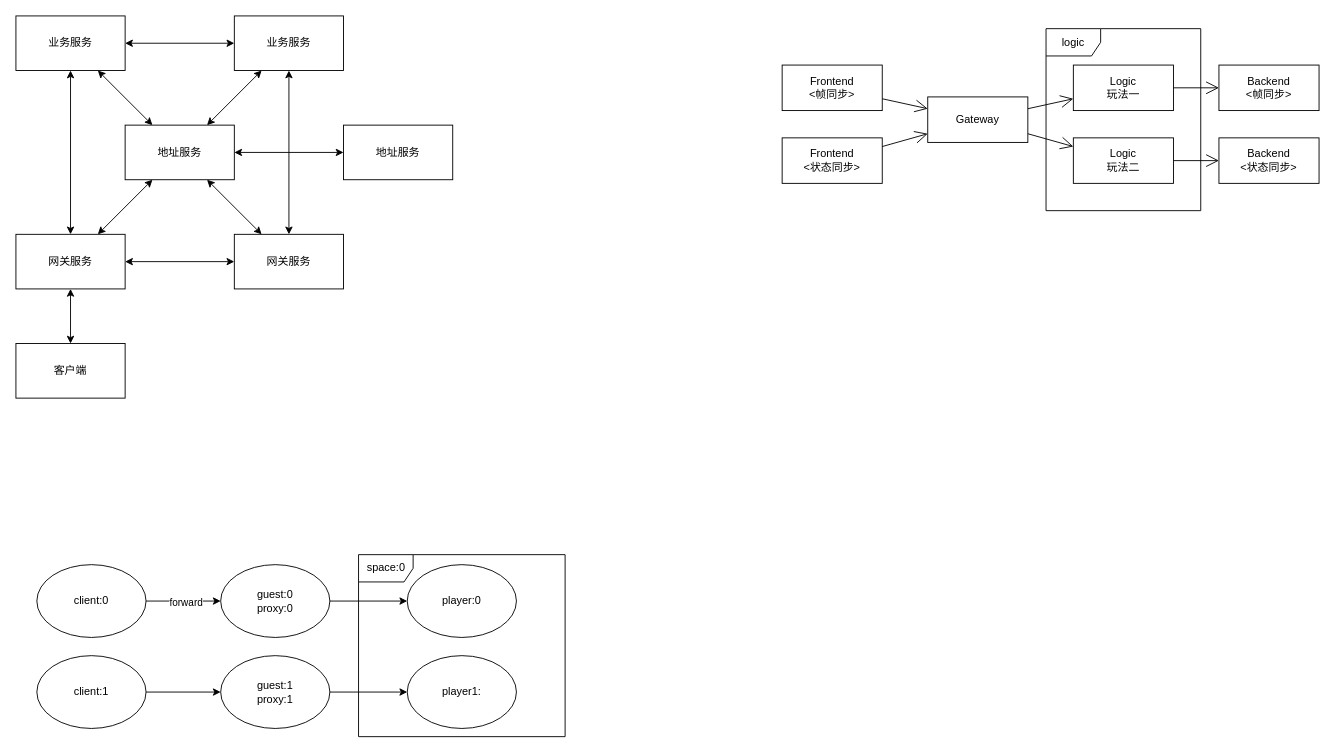
This is page "结点部署" (2 of 4) of Document/OpenMS.drawio from ChivenZhang/OpenMS, a draw.io file, before an edit. Source tidied: cells renumbered, new cells numbered last; positions are measured from the earlier drawing's top-left corner, leaving out a move shared by most shapes. Both pictures are drawn from the tidied source at 91%, with x=0, y=0 at pixel (15, 15).
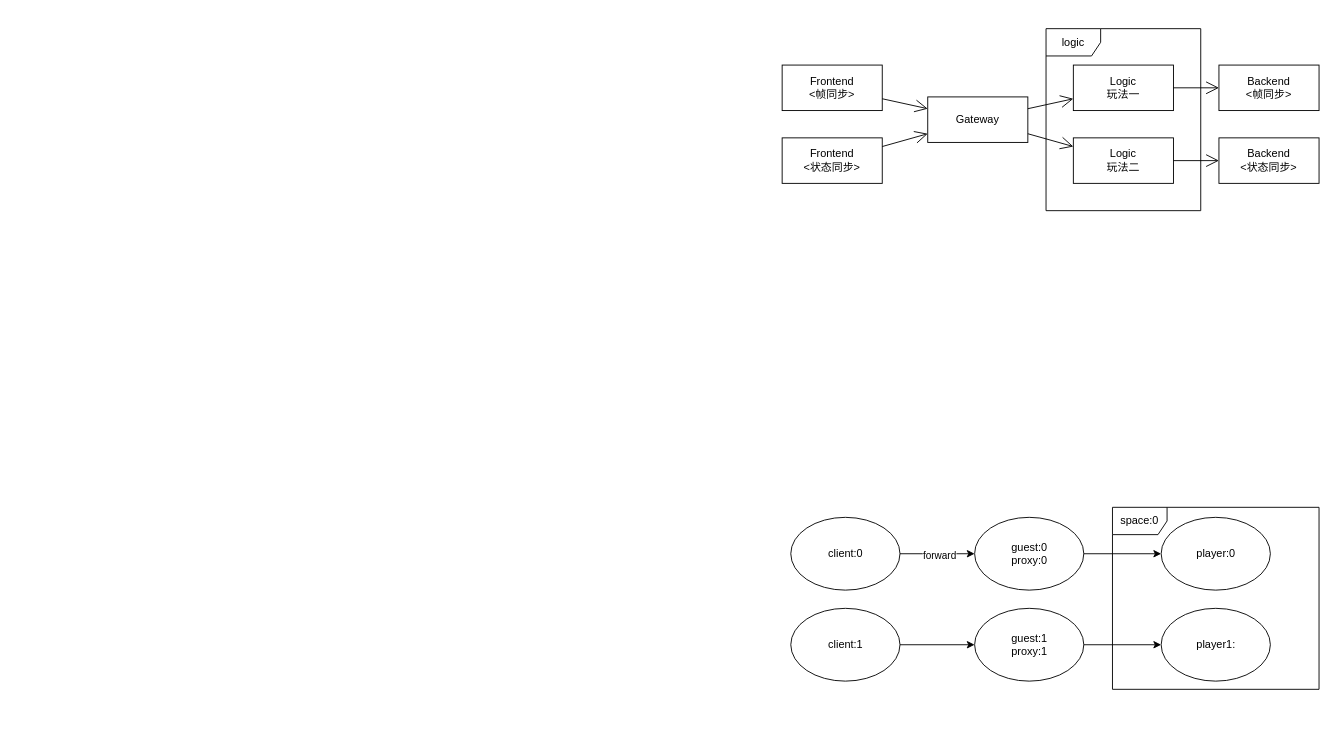
The same page after the edit.

Diff of the diagram source:
```diff
@@
-    <mxCell id="2" value="客户端" style="rounded=0;whiteSpace=wrap;html=1;" parent="1" vertex="1">
-      <mxGeometry y="360" width="120" height="60" as="geometry" />
-    </mxCell>
-    <mxCell id="3" value="网关服务" style="rounded=0;whiteSpace=wrap;html=1;" parent="1" vertex="1">
-      <mxGeometry y="240" width="120" height="60" as="geometry" />
-    </mxCell>
-    <mxCell id="4" value="网关服务" style="rounded=0;whiteSpace=wrap;html=1;" parent="1" vertex="1">
-      <mxGeometry x="240" y="240" width="120" height="60" as="geometry" />
-    </mxCell>
-    <mxCell id="5" value="地址服务" style="rounded=0;whiteSpace=wrap;html=1;" parent="1" vertex="1">
-      <mxGeometry x="120" y="120" width="120" height="60" as="geometry" />
-    </mxCell>
-    <mxCell id="6" style="endArrow=classic;startArrow=classic;html=1;rounded=0;" parent="1" edge="1" source="3" target="5">
-      <mxGeometry relative="1" as="geometry" />
-    </mxCell>
-    <mxCell id="7" value="业务服务" style="rounded=0;whiteSpace=wrap;html=1;" parent="1" vertex="1">
-      <mxGeometry width="120" height="60" as="geometry" />
-    </mxCell>
-    <mxCell id="8" value="业务服务" style="rounded=0;whiteSpace=wrap;html=1;" parent="1" vertex="1">
-      <mxGeometry x="240" width="120" height="60" as="geometry" />
-    </mxCell>
-    <mxCell id="9" style="endArrow=classic;startArrow=classic;html=1;rounded=0;" parent="1" edge="1" source="7" target="8">
-      <mxGeometry relative="1" as="geometry" />
-    </mxCell>
-    <mxCell id="10" style="endArrow=classic;startArrow=classic;html=1;rounded=0;" parent="1" edge="1" source="5" target="8">
-      <mxGeometry relative="1" as="geometry" />
-    </mxCell>
-    <mxCell id="11" style="endArrow=classic;startArrow=classic;html=1;rounded=0;" parent="1" edge="1" source="5" target="7">
-      <mxGeometry relative="1" as="geometry" />
-    </mxCell>
-    <mxCell id="12" style="endArrow=classic;startArrow=classic;html=1;rounded=0;" parent="1" edge="1" source="5" target="4">
-      <mxGeometry relative="1" as="geometry" />
-    </mxCell>
-    <mxCell id="13" style="endArrow=classic;startArrow=classic;html=1;rounded=0;" parent="1" edge="1" source="3" target="7">
-      <mxGeometry relative="1" as="geometry" />
-    </mxCell>
-    <mxCell id="14" style="endArrow=classic;startArrow=classic;html=1;rounded=0;" parent="1" edge="1" source="4" target="8">
-      <mxGeometry relative="1" as="geometry" />
-    </mxCell>
-    <mxCell id="15" style="endArrow=classic;startArrow=classic;html=1;rounded=0;" parent="1" edge="1" source="3" target="4">
-      <mxGeometry relative="1" as="geometry" />
-    </mxCell>
-    <mxCell id="16" style="endArrow=classic;startArrow=classic;html=1;rounded=0;" parent="1" edge="1" source="2" target="3">
-      <mxGeometry relative="1" as="geometry" />
-    </mxCell>
-    <mxCell id="17" value="地址服务" style="rounded=0;whiteSpace=wrap;html=1;" parent="1" vertex="1">
-      <mxGeometry x="360" y="120" width="120" height="60" as="geometry" />
-    </mxCell>
-    <mxCell id="18" style="endArrow=classic;startArrow=classic;html=1;rounded=0;" parent="1" edge="1" source="5" target="17">
-      <mxGeometry relative="1" as="geometry" />
-    </mxCell>
     <mxCell id="19" value="client:0" style="ellipse;whiteSpace=wrap;html=1;" parent="1" vertex="1">
-      <mxGeometry x="23" y="603" width="120" height="80" as="geometry" />
+      <mxGeometry x="851.5" y="551" width="120" height="80" as="geometry" />
     </mxCell>
     <mxCell id="20" value="client:1" style="ellipse;whiteSpace=wrap;html=1;" parent="1" vertex="1">
-      <mxGeometry x="23" y="703" width="120" height="80" as="geometry" />
+      <mxGeometry x="851.5" y="651" width="120" height="80" as="geometry" />
     </mxCell>
     <mxCell id="21" value="guest:0&lt;br&gt;proxy:0" style="ellipse;whiteSpace=wrap;html=1;" parent="1" vertex="1">
-      <mxGeometry x="225" y="603" width="120" height="80" as="geometry" />
+      <mxGeometry x="1053.5" y="551" width="120" height="80" as="geometry" />
     </mxCell>
     <mxCell id="22" value="guest:1&lt;br&gt;proxy:1" style="ellipse;whiteSpace=wrap;html=1;" parent="1" vertex="1">
-      <mxGeometry x="225" y="703" width="120" height="80" as="geometry" />
+      <mxGeometry x="1053.5" y="651" width="120" height="80" as="geometry" />
     </mxCell>
     <mxCell id="23" value="player:0" style="ellipse;whiteSpace=wrap;html=1;" parent="1" vertex="1">
-      <mxGeometry x="430" y="603" width="120" height="80" as="geometry" />
+      <mxGeometry x="1258.5" y="551" width="120" height="80" as="geometry" />
     </mxCell>
     <mxCell id="24" value="player1:" style="ellipse;whiteSpace=wrap;html=1;" parent="1" vertex="1">
-      <mxGeometry x="430" y="703" width="120" height="80" as="geometry" />
+      <mxGeometry x="1258.5" y="651" width="120" height="80" as="geometry" />
     </mxCell>
     <mxCell id="25" value="space:0" style="shape=umlFrame;whiteSpace=wrap;html=1;" parent="1" vertex="1">
-      <mxGeometry x="376.5" y="592" width="227" height="200" as="geometry" />
+      <mxGeometry x="1205" y="540" width="227" height="200" as="geometry" />
     </mxCell>
```
